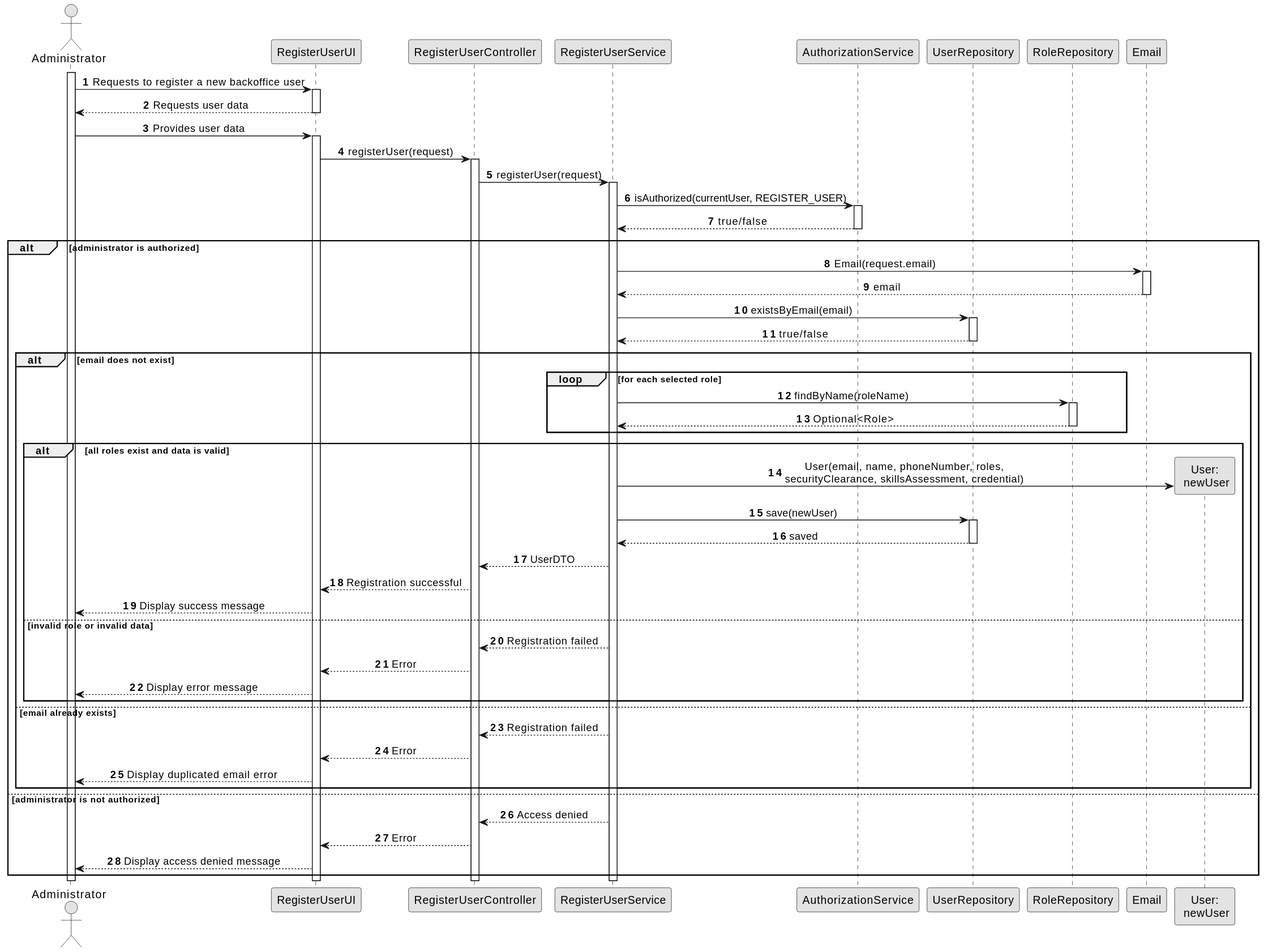
Above: docs/user-stories/02-identity-and-backoffice/US031/03.design/svg/US031-SD.svg in 1240537-brunorodrigues/sem4pi-2526-individual-1240537 (PlantUML), before the change. Source of this version:
```plantuml
@startuml
skinparam monochrome true
skinparam packageStyle rectangle
skinparam shadowing false
skinparam sequenceMessageAlign center

autonumber

actor "Administrator" as Admin
participant "RegisterUserUI" as UI
participant "RegisterUserController" as CTRL
participant "RegisterUserService" as Service
participant "AuthorizationService" as AuthzService
participant "UserRepository" as UserRepo
participant "RoleRepository" as RoleRepo
participant "Email" as Email
participant "User:\n newUser" as NewUser

activate Admin

Admin -> UI : Requests to register a new backoffice user

activate UI
UI --> Admin : Requests user data
deactivate UI

Admin -> UI : Provides user data

activate UI
UI -> CTRL : registerUser(request)

activate CTRL
CTRL -> Service : registerUser(request)

activate Service

Service -> AuthzService : isAuthorized(currentUser, REGISTER_USER)

activate AuthzService
AuthzService --> Service : true/false
deactivate AuthzService

alt administrator is authorized

    Service -> Email : Email(request.email)
    activate Email
    Email --> Service : email
    deactivate Email

    Service -> UserRepo : existsByEmail(email)

    activate UserRepo
    UserRepo --> Service : true/false
    deactivate UserRepo

    alt email does not exist

        loop for each selected role
            Service -> RoleRepo : findByName(roleName)

            activate RoleRepo
            RoleRepo --> Service : Optional<Role>
            deactivate RoleRepo
        end

        alt all roles exist and data is valid

            Service -> NewUser ** : User(email, name, phoneNumber, roles,\nsecurityClearance, skillsAssessment, credential)

            Service -> UserRepo : save(newUser)

            activate UserRepo
            UserRepo --> Service : saved
            deactivate UserRepo

            Service --> CTRL : UserDTO
            CTRL --> UI : Registration successful
            UI --> Admin : Display success message

        else invalid role or invalid data

            Service --> CTRL : Registration failed
            CTRL --> UI : Error
            UI --> Admin : Display error message

        end

    else email already exists

        Service --> CTRL : Registration failed
        CTRL --> UI : Error
        UI --> Admin : Display duplicated email error

    end

else administrator is not authorized

    Service --> CTRL : Access denied
    CTRL --> UI : Error
    UI --> Admin : Display access denied message

end

deactivate Service
deactivate CTRL
deactivate UI
deactivate Admin
@enduml
```
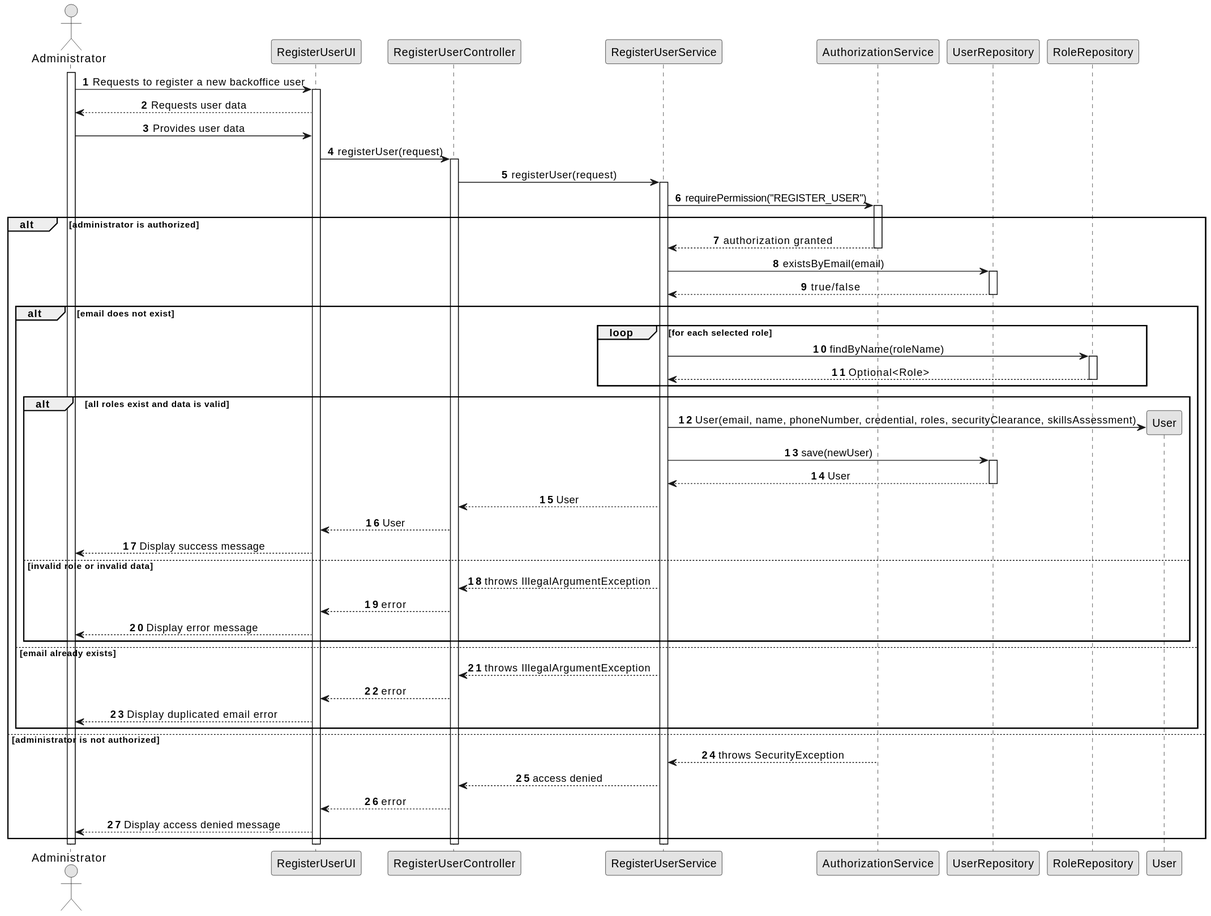
The same file after the commit.

What changed in the source:
```diff
@@ -13,92 +13,67 @@
 participant "AuthorizationService" as AuthzService
 participant "UserRepository" as UserRepo
 participant "RoleRepository" as RoleRepo
-participant "Email" as Email
-participant "User:\n newUser" as NewUser
+participant "User" as NewUser
 
 activate Admin
 
 Admin -> UI : Requests to register a new backoffice user
-
 activate UI
 UI --> Admin : Requests user data
-deactivate UI
-
 Admin -> UI : Provides user data
 
-activate UI
 UI -> CTRL : registerUser(request)
-
 activate CTRL
 CTRL -> Service : registerUser(request)
-
 activate Service
 
-Service -> AuthzService : isAuthorized(currentUser, REGISTER_USER)
-
+Service -> AuthzService : requirePermission("REGISTER_USER")
 activate AuthzService
-AuthzService --> Service : true/false
-deactivate AuthzService
 
 alt administrator is authorized
-
-    Service -> Email : Email(request.email)
-    activate Email
-    Email --> Service : email
-    deactivate Email
+    AuthzService --> Service : authorization granted
+    deactivate AuthzService
 
     Service -> UserRepo : existsByEmail(email)
-
     activate UserRepo
     UserRepo --> Service : true/false
     deactivate UserRepo
 
     alt email does not exist
-
         loop for each selected role
             Service -> RoleRepo : findByName(roleName)
-
             activate RoleRepo
             RoleRepo --> Service : Optional<Role>
             deactivate RoleRepo
         end
 
         alt all roles exist and data is valid
-
-            Service -> NewUser ** : User(email, name, phoneNumber, roles,\nsecurityClearance, skillsAssessment, credential)
+            Service -> NewUser ** : User(email, name, phoneNumber, credential, roles, securityClearance, skillsAssessment)
 
             Service -> UserRepo : save(newUser)
-
             activate UserRepo
-            UserRepo --> Service : saved
+            UserRepo --> Service : User
             deactivate UserRepo
 
-            Service --> CTRL : UserDTO
-            CTRL --> UI : Registration successful
+            Service --> CTRL : User
+            CTRL --> UI : User
             UI --> Admin : Display success message
-
         else invalid role or invalid data
-
-            Service --> CTRL : Registration failed
-            CTRL --> UI : Error
+            Service --> CTRL : throws IllegalArgumentException
+            CTRL --> UI : error
             UI --> Admin : Display error message
-
         end
-
     else email already exists
-
-        Service --> CTRL : Registration failed
-        CTRL --> UI : Error
+        Service --> CTRL : throws IllegalArgumentException
+        CTRL --> UI : error
         UI --> Admin : Display duplicated email error
-
     end
-
 else administrator is not authorized
-
-    Service --> CTRL : Access denied
-    CTRL --> UI : Error
+    AuthzService --> Service : throws SecurityException
+    deactivate AuthzService
+    Service --> CTRL : access denied
+    CTRL --> UI : error
     UI --> Admin : Display access denied message
-
 end
 
 deactivate Service
```
